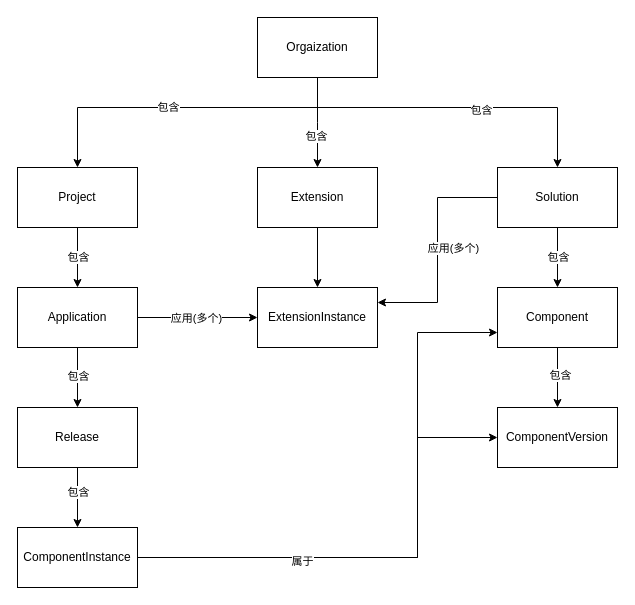
Above: doc/上层结构.dio in liutian/groot (draw.io), before the change. Source tidied: cells renumbered, new cells numbered last; positions are measured from the earlier drawing's top-left corner, leaving out a move shared by most shapes. Both pictures are drawn from the tidied source at 100%, with x=0, y=0 at pixel (17, 17).
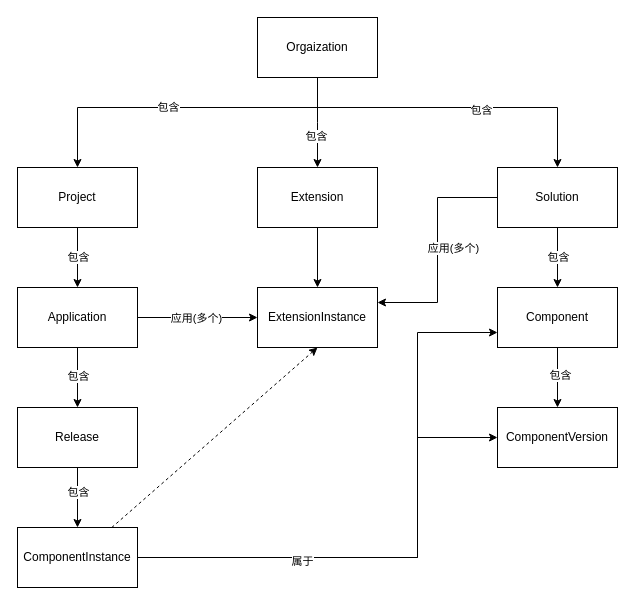
The same page after the edit.

The change refers to these unchanged cells:
```xml
<mxCell id="28" value="ComponentInstance" style="whiteSpace=wrap;html=1;" parent="1" vertex="1">
  <mxGeometry y="510" width="120" height="60" as="geometry" />
</mxCell>
<mxCell id="35" value="ExtensionInstance" style="whiteSpace=wrap;html=1;" parent="1" vertex="1">
  <mxGeometry x="240" y="270" width="120" height="60" as="geometry" />
</mxCell>
```

Change to the diagram source:
```diff
@@
+    <mxCell id="36" style="edgeStyle=none;html=1;entryX=0.5;entryY=1;entryDx=0;entryDy=0;dashed=1;" parent="1" edge="1" source="28" target="35">
+      <mxGeometry relative="1" as="geometry" />
+    </mxCell>
```
